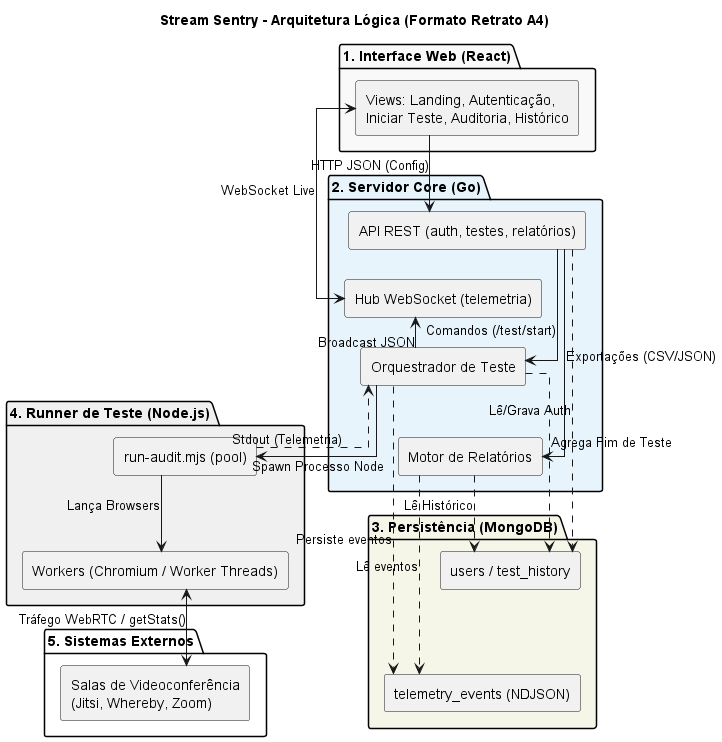
The PlantUML diagram Artefatos/ArquiteturaLogica.png in ICEI-PUC-Minas-PPLES-TI/plf-es-2025-2-tcci-0393100-dev-rafael-parreira, before a commit.
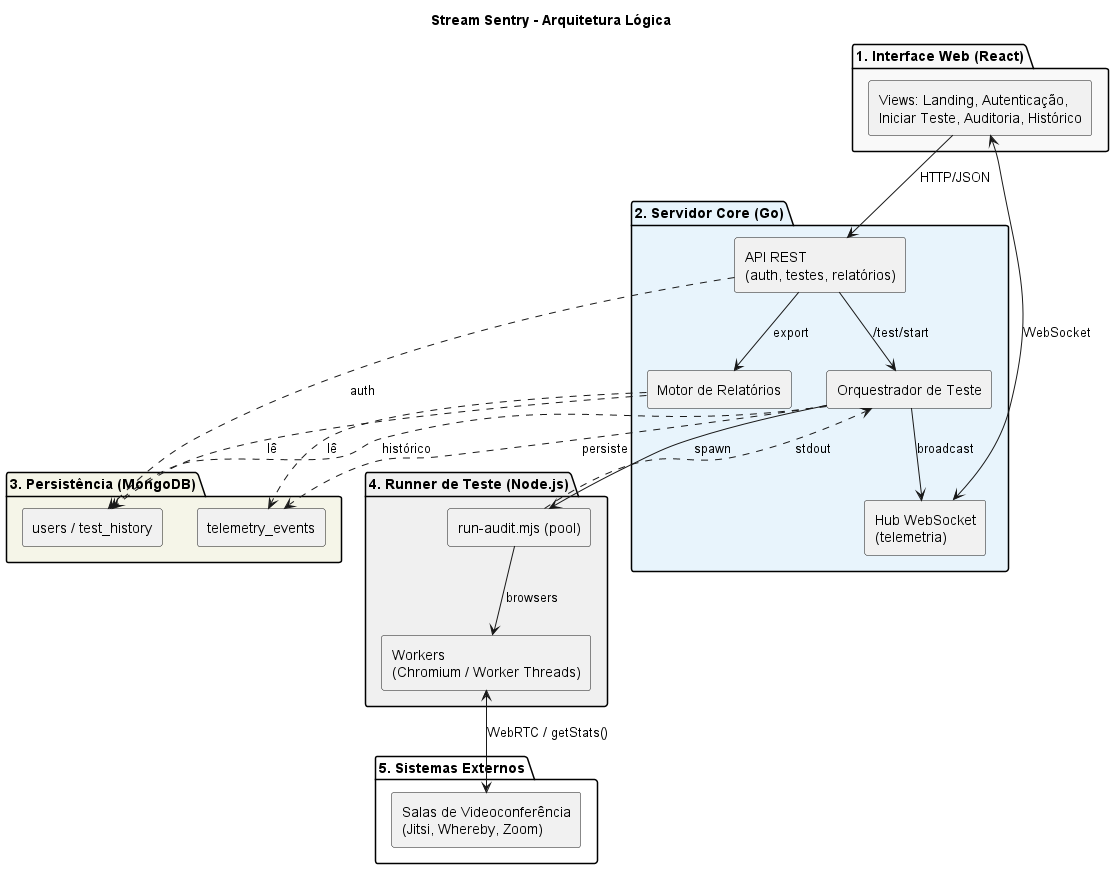
Later version of the same file.

Commit message:
docs(diagramas): atualiza arquitetura, componentes, implantação e comunicação para o sistema real

Diff of the diagram source:
```diff
@@ -1,68 +1,55 @@
 @startuml
 skinparam componentStyle rectangle
-skinparam linetype ortho
+skinparam shadowing false
 skinparam rankdir TB
-skinparam nodesep 20
-skinparam ranksep 30
+skinparam nodesep 35
+skinparam ranksep 60
 
-title Stream Sentry - Arquitetura Lógica (Formato Retrato A4)
+title Stream Sentry - Arquitetura Lógica
 
 package "1. Interface Web (React)" #F9F9F9 {
   component "Views: Landing, Autenticação,\nIniciar Teste, Auditoria, Histórico" as UI
 }
 
 package "2. Servidor Core (Go)" #E8F4FC {
-  component "API REST (auth, testes, relatórios)" as REST
-  component "Hub WebSocket (telemetria)" as WSHub
+  component "API REST\n(auth, testes, relatórios)" as REST
+  component "Hub WebSocket\n(telemetria)" as WSHub
   component "Orquestrador de Teste" as Orchestrator
   component "Motor de Relatórios" as Reports
-
-  REST -[hidden]down-> WSHub
-  WSHub -[hidden]down-> Orchestrator
-  Orchestrator -[hidden]down-> Reports
 }
 
 package "3. Persistência (MongoDB)" #F5F5E8 {
   component "users / test_history" as UserHist
-  component "telemetry_events (NDJSON)" as TelFiles
-
-  UserHist -[hidden]down-> TelFiles
+  component "telemetry_events" as TelFiles
 }
 
 package "4. Runner de Teste (Node.js)" #F0F0F0 {
   component "run-audit.mjs (pool)" as Script
-  component "Workers (Chromium / Worker Threads)" as Workers
-
-  Script -[hidden]down-> Workers
+  component "Workers\n(Chromium / Worker Threads)" as Workers
 }
 
 package "5. Sistemas Externos" #FFFFFF {
   component "Salas de Videoconferência\n(Jitsi, Whereby, Zoom)" as External
 }
 
-UI -[hidden]down-> REST
-Reports -[hidden]down-> UserHist
-TelFiles -[hidden]down-> Script
-Workers -[hidden]down-> External
+UI --> REST : HTTP/JSON
+UI <--> WSHub : WebSocket
 
-UI --> REST : HTTP JSON (Config)
-UI <--> WSHub : WebSocket Live
+REST --> Orchestrator : /test/start
+REST --> Reports : export
+REST ..> UserHist : auth
 
-REST --> Orchestrator : Comandos (/test/start)
-REST --> Reports : Exportações (CSV/JSON)
-REST ..> UserHist : Lê/Grava Auth
+Orchestrator --> WSHub : broadcast
+Orchestrator --> Script : spawn
+Orchestrator ..> TelFiles : persiste
+Orchestrator ..> UserHist : histórico
 
-Orchestrator --> WSHub : Broadcast JSON
-Orchestrator --> Script : Spawn Processo Node
-Orchestrator ..> TelFiles : Persiste eventos
-Orchestrator ..> UserHist : Agrega Fim de Teste
+Reports ..> TelFiles : lê
+Reports ..> UserHist : lê
 
-Reports ..> TelFiles : Lê eventos
-Reports ..> UserHist : Lê Histórico
+Script ..> Orchestrator : stdout
+Script --> Workers : browsers
 
-Script ..> Orchestrator : Stdout (Telemetria)
-Script --> Workers : Lança Browsers
-
-Workers <--> External : Tráfego WebRTC / getStats()
+Workers <--> External : WebRTC / getStats()
 
 @enduml
```
